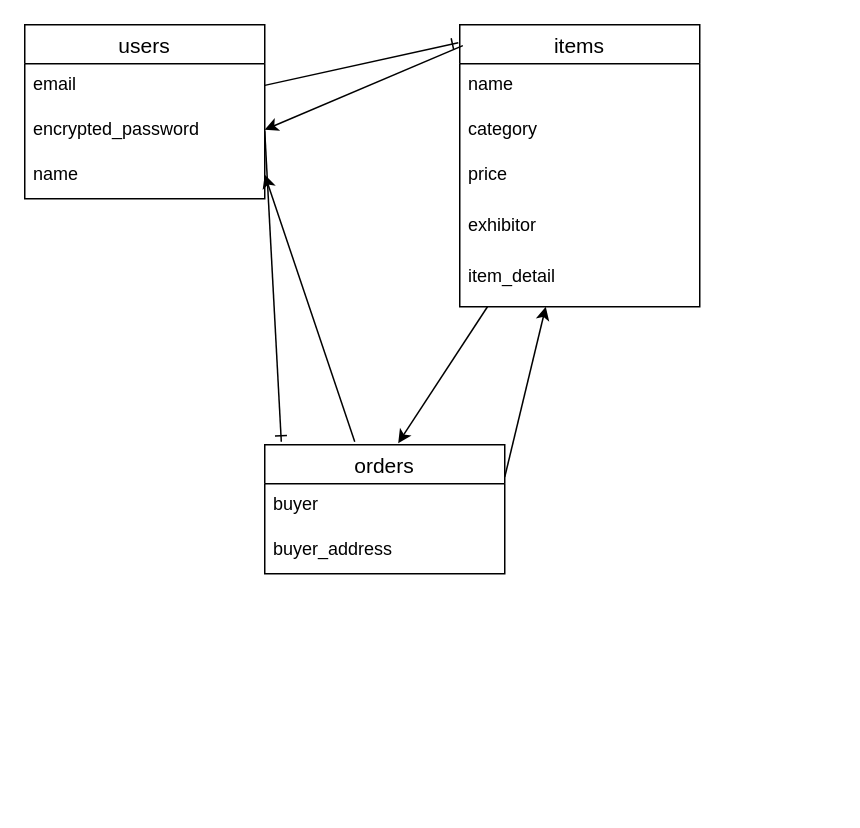
Above: er.dio in eiriinaba/furima-39925 (draw.io), before the change. Source tidied: cells renumbered, new cells numbered last; positions are measured from the earlier drawing's top-left corner, leaving out a move shared by most shapes. Both pictures are drawn from the tidied source at 150%, with x=0, y=0 at pixel (24, 24).
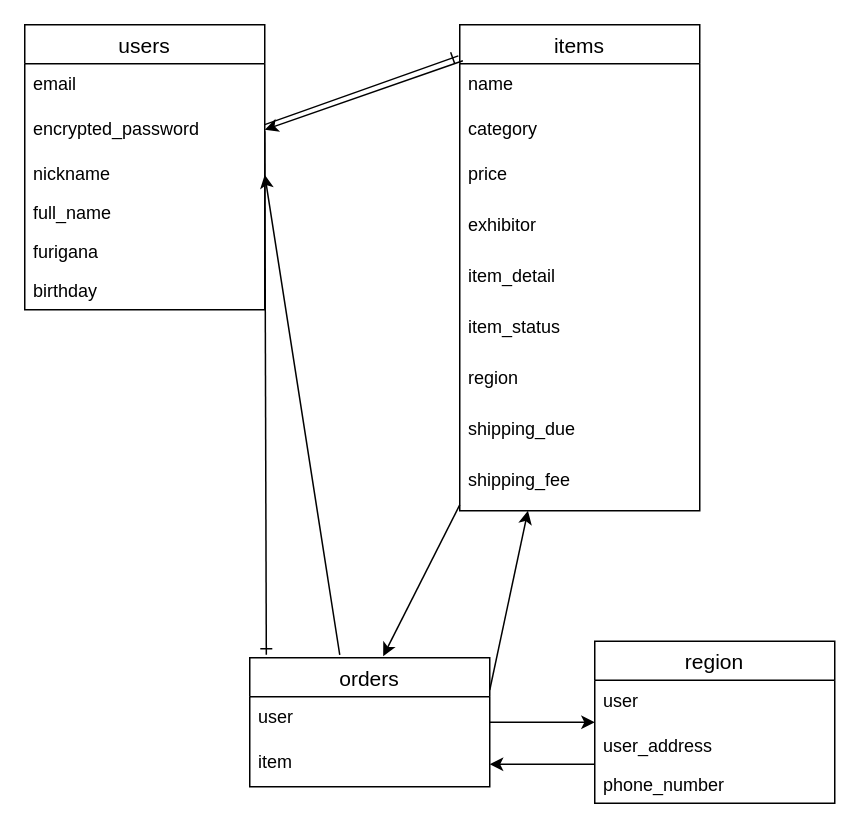
The same diagram, later.

The edit, as a diff of the source:
```diff
@@
     <mxCell id="3" value="users" style="swimlane;fontStyle=0;horizontal=1;startSize=26;align=center;fontSize=14;" parent="1" vertex="1">
-      <mxGeometry width="160" height="116" as="geometry" />
+      <mxGeometry width="160" height="190" as="geometry" />
     </mxCell>
@@
-    <mxCell id="6" value="name" style="text;strokeColor=none;fillColor=none;spacingLeft=4;spacingRight=4;overflow=hidden;fontSize=12;" parent="3" vertex="1">
-      <mxGeometry y="86" width="160" height="30" as="geometry" />
+    <mxCell id="6" value="nickname" style="text;strokeColor=none;fillColor=none;spacingLeft=4;spacingRight=4;overflow=hidden;fontSize=12;" parent="3" vertex="1">
+      <mxGeometry y="86" width="160" height="26" as="geometry" />
     </mxCell>
+    <mxCell id="21" value="full_name" style="text;strokeColor=none;fillColor=none;spacingLeft=4;spacingRight=4;overflow=hidden;fontSize=12;" parent="3" vertex="1">
+      <mxGeometry y="112" width="160" height="26" as="geometry" />
+    </mxCell>
+    <mxCell id="22" value="furigana" style="text;strokeColor=none;fillColor=none;spacingLeft=4;spacingRight=4;overflow=hidden;fontSize=12;" parent="3" vertex="1">
+      <mxGeometry y="138" width="160" height="26" as="geometry" />
+    </mxCell>
+    <mxCell id="23" value="birthday" style="text;strokeColor=none;fillColor=none;spacingLeft=4;spacingRight=4;overflow=hidden;fontSize=12;" parent="3" vertex="1">
+      <mxGeometry y="164" width="160" height="26" as="geometry" />
+    </mxCell>
@@
     <mxCell id="8" value="items" style="swimlane;fontStyle=0;horizontal=1;startSize=26;align=center;fontSize=14;" parent="1" vertex="1">
-      <mxGeometry x="290" width="160" height="188" as="geometry" />
+      <mxGeometry x="290" width="160" height="324" as="geometry" />
     </mxCell>
@@
+    <mxCell id="24" value="item_status" style="text;strokeColor=none;fillColor=none;spacingLeft=4;spacingRight=4;overflow=hidden;fontSize=12;" parent="8" vertex="1">
+      <mxGeometry y="188" width="160" height="34" as="geometry" />
+    </mxCell>
+    <mxCell id="25" value="region" style="text;strokeColor=none;fillColor=none;spacingLeft=4;spacingRight=4;overflow=hidden;fontSize=12;" parent="8" vertex="1">
+      <mxGeometry y="222" width="160" height="34" as="geometry" />
+    </mxCell>
+    <mxCell id="26" value="shipping_due" style="text;strokeColor=none;fillColor=none;spacingLeft=4;spacingRight=4;overflow=hidden;fontSize=12;" parent="8" vertex="1">
+      <mxGeometry y="256" width="160" height="34" as="geometry" />
+    </mxCell>
+    <mxCell id="27" value="shipping_fee" style="text;strokeColor=none;fillColor=none;spacingLeft=4;spacingRight=4;overflow=hidden;fontSize=12;" parent="8" vertex="1">
+      <mxGeometry y="290" width="160" height="34" as="geometry" />
+    </mxCell>
+    <mxCell id="28" style="edgeStyle=none;html=1;" parent="1" edge="1" source="14" target="29">
+      <mxGeometry relative="1" as="geometry" />
+    </mxCell>
     <mxCell id="14" value="orders" style="swimlane;fontStyle=0;horizontal=1;startSize=26;align=center;fontSize=14;" parent="1" vertex="1">
-      <mxGeometry x="160" y="280" width="160" height="86" as="geometry" />
+      <mxGeometry x="150" y="422" width="160" height="86" as="geometry" />
     </mxCell>
-    <mxCell id="15" value="buyer" style="text;strokeColor=none;fillColor=none;spacingLeft=4;spacingRight=4;overflow=hidden;fontSize=12;" parent="14" vertex="1">
+    <mxCell id="15" value="user" style="text;strokeColor=none;fillColor=none;spacingLeft=4;spacingRight=4;overflow=hidden;fontSize=12;" parent="14" vertex="1">
       <mxGeometry y="26" width="160" height="30" as="geometry" />
     </mxCell>
-    <mxCell id="16" value="buyer_address" style="text;strokeColor=none;fillColor=none;spacingLeft=4;spacingRight=4;overflow=hidden;points=[[0,0.5],[1,0.5]];portConstraint=eastwest;fontSize=12;" parent="14" vertex="1">
+    <mxCell id="16" value="item" style="text;strokeColor=none;fillColor=none;spacingLeft=4;spacingRight=4;overflow=hidden;points=[[0,0.5],[1,0.5]];portConstraint=eastwest;fontSize=12;" parent="14" vertex="1">
       <mxGeometry y="56" width="160" height="30" as="geometry" />
     </mxCell>
@@
+    <mxCell id="29" value="region" style="swimlane;fontStyle=0;horizontal=1;startSize=26;align=center;fontSize=14;" parent="1" vertex="1">
+      <mxGeometry x="380" y="411" width="160" height="108" as="geometry" />
+    </mxCell>
+    <mxCell id="30" value="user" style="text;strokeColor=none;fillColor=none;spacingLeft=4;spacingRight=4;overflow=hidden;fontSize=12;" parent="29" vertex="1">
+      <mxGeometry y="26" width="160" height="30" as="geometry" />
+    </mxCell>
+    <mxCell id="31" value="user_address" style="text;strokeColor=none;fillColor=none;spacingLeft=4;spacingRight=4;overflow=hidden;fontSize=12;" parent="29" vertex="1">
+      <mxGeometry y="56" width="160" height="26" as="geometry" />
+    </mxCell>
+    <mxCell id="32" value="phone_number" style="text;strokeColor=none;fillColor=none;spacingLeft=4;spacingRight=4;overflow=hidden;fontSize=12;" parent="29" vertex="1">
+      <mxGeometry y="82" width="160" height="26" as="geometry" />
+    </mxCell>
+    <mxCell id="33" style="edgeStyle=none;html=1;entryX=1;entryY=0.5;entryDx=0;entryDy=0;" parent="1" edge="1" target="16">
+      <mxGeometry relative="1" as="geometry">
+        <mxPoint x="380" y="493" as="sourcePoint" />
+      </mxGeometry>
+    </mxCell>
```
